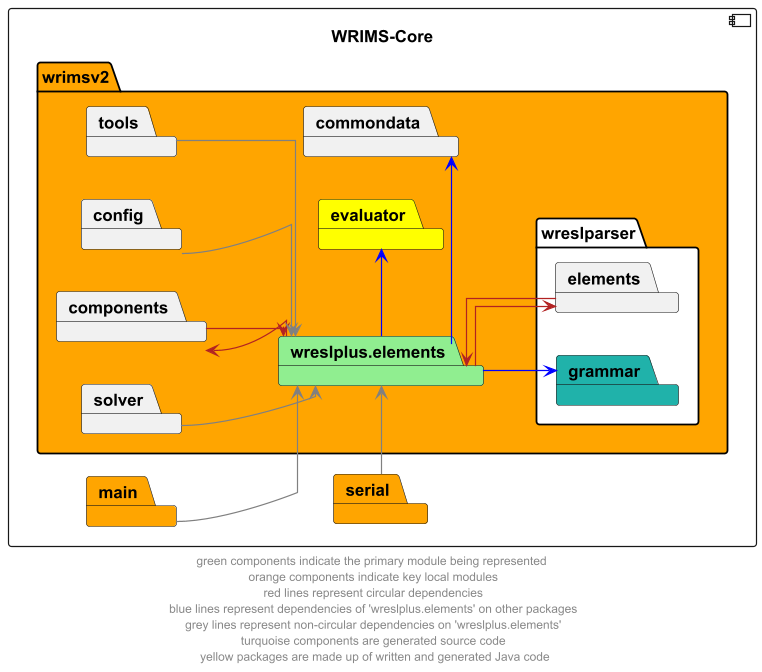
Above: docs/diagrams/wrims-core/wrims-core_wreslplus-elements.png in CentralValleyModeling/wrims-engine (PlantUML), before the change.
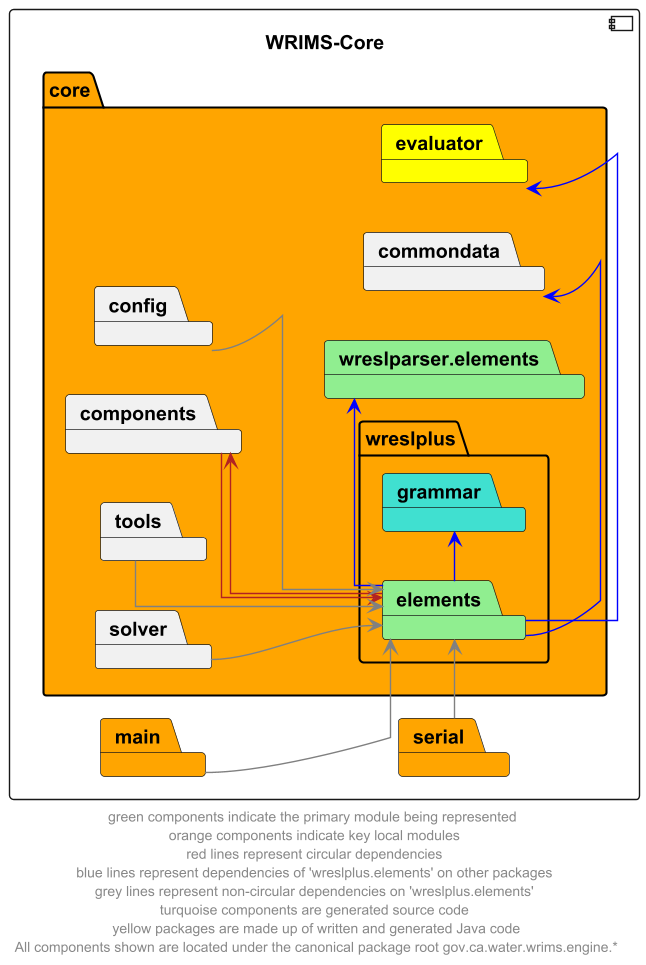
Later version of the same file.

Diff of the diagram source:
```diff
@@ -3,15 +3,15 @@
 skinparam linetype ortho
 
 component wrims_core as "WRIMS-Core" {
-        package wrimsv2 #orange {
-            package wreslplus.elements #lightgreen
+        package core #orange {
+        package wreslparser.elements #lightgreen
         package commondata
         package components
         package evaluator #yellow
-        package wreslparser #white {
-            package elements
-            package grammar #lightseagreen
-        }
+        package wreslplus{
+            package elements #lightgreen
+            package grammar #turquoise
+            }
         package config
         package solver
         package tools
@@ -20,25 +20,24 @@
     package serial #orange
 }
 
-wreslplus.elements -l->  components #firebrick
-components -->  wreslplus.elements #firebrick
-wreslplus.elements -->  elements #firebrick
-elements -l->  wreslplus.elements #firebrick
+elements -l->  components #firebrick
+components -->  elements #firebrick
 
-wreslplus.elements -r->  commondata #blue
-wreslplus.elements -r->  evaluator #blue
-wreslplus.elements -->  grammar #blue
+elements -r->  evaluator #blue
+elements -r->  commondata #blue
+elements -r->  grammar #blue
+elements -r->  wreslparser.elements #blue
 
-config -->  wreslplus.elements #grey
-solver -->  wreslplus.elements #grey
-tools -->  wreslplus.elements #grey
+config -->  elements #grey
+solver -->  elements #grey
+tools -->  elements #grey
 
-main --> wreslplus.elements #grey
-serial -r-> wreslplus.elements #grey
+main --> elements #grey
+serial -r-> elements #grey
 
 elements -u[hidden]-> tools
 serial -u[hidden]-> main
 components -r[hidden]-> config
 
-footer "green components indicate the primary module being represented \n orange components indicate key local modules \n red lines represent circular dependencies \n blue lines represent dependencies of 'wreslplus.elements' on other packages \n grey lines represent non-circular dependencies on 'wreslplus.elements' \n turquoise components are generated source code \n yellow packages are made up of written and generated Java code"
+footer "green components indicate the primary module being represented \n orange components indicate key local modules \n red lines represent circular dependencies \n blue lines represent dependencies of 'wreslplus.elements' on other packages \n grey lines represent non-circular dependencies on 'wreslplus.elements' \n turquoise components are generated source code \n yellow packages are made up of written and generated Java code\n All components shown are located under the canonical package root gov.ca.water.wrims.engine.*"
 @enduml
```
